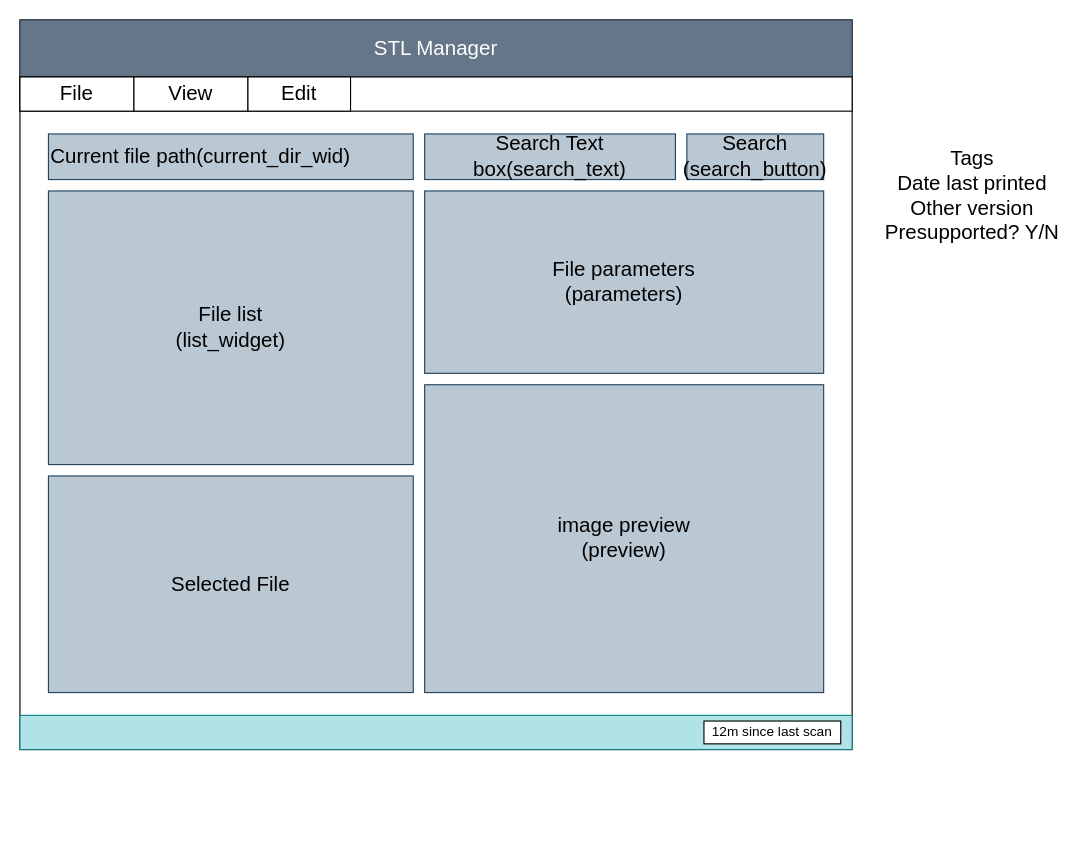
This is AppView.drawio from Gink3/STL_Manager, a draw.io file, before an edit. Source tidied: cells renumbered, new cells numbered last; positions are measured from the earlier drawing's top-left corner, leaving out a move shared by most shapes. Both pictures are drawn from the tidied source at 114%, with x=0, y=0 at pixel (19, 19).
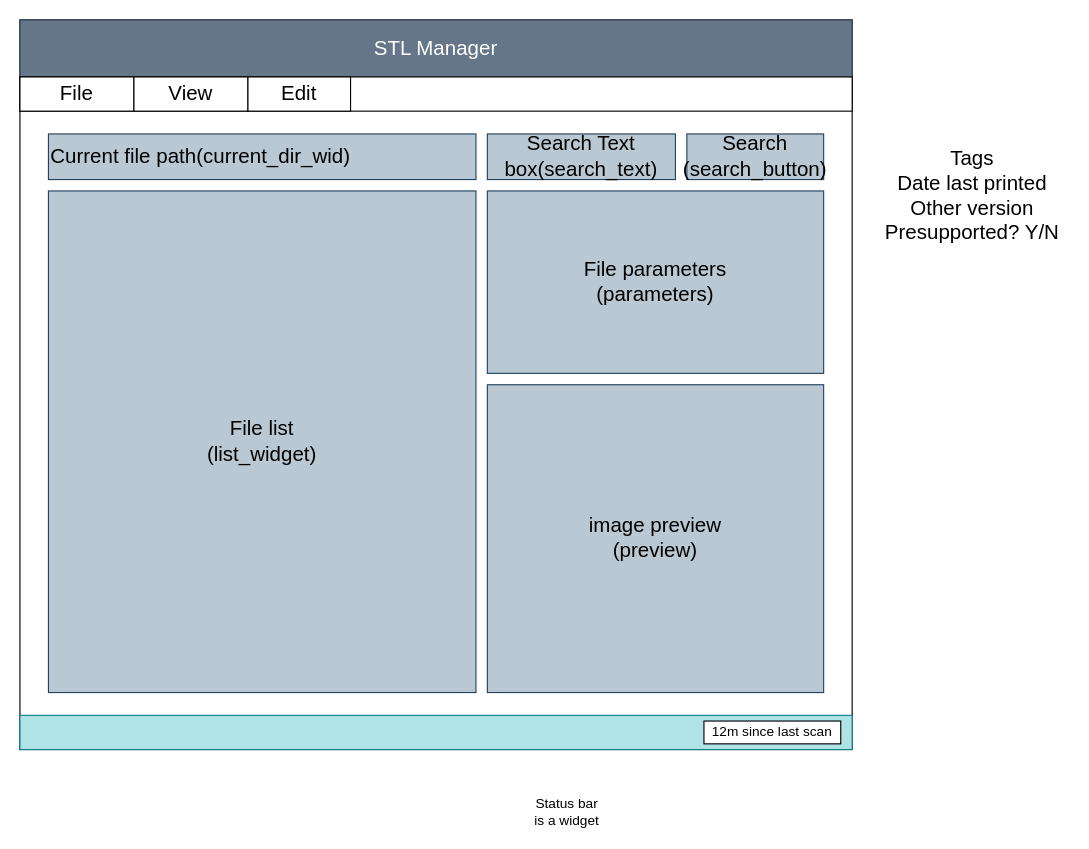
Above is the later version.

What changed in the source:
```diff
@@
 <mxGraphModel>
   <root>
     <mxCell id="0" />
     <mxCell id="1" parent="0" />
     <mxCell id="2" style="rounded=0;whiteSpace=wrap;html=1;" parent="1" vertex="1">
       <mxGeometry width="730" height="640" as="geometry" />
     </mxCell>
     <mxCell id="3" value="&lt;font style=&quot;font-size: 18px;&quot;&gt;STL Manager&lt;/font&gt;" style="rounded=0;whiteSpace=wrap;html=1;fillColor=#647687;fontColor=#ffffff;strokeColor=#314354;" parent="1" vertex="1">
       <mxGeometry width="730" height="50" as="geometry" />
     </mxCell>
     <mxCell id="4" value="File list&lt;br&gt;(list_widget)" style="rounded=0;whiteSpace=wrap;html=1;fontSize=18;fillColor=#bac8d3;strokeColor=#23445d;" parent="1" vertex="1">
-      <mxGeometry x="25" y="150" width="320" height="240" as="geometry" />
+      <mxGeometry x="25" y="150" width="375" height="440" as="geometry" />
     </mxCell>
     <mxCell id="5" value="Current file path(current_dir_wid)" style="rounded=0;whiteSpace=wrap;html=1;fontSize=18;align=left;fillColor=#bac8d3;strokeColor=#23445d;" parent="1" vertex="1">
-      <mxGeometry x="25" y="100" width="320" height="40" as="geometry" />
+      <mxGeometry x="25" y="100" width="375" height="40" as="geometry" />
     </mxCell>
     <mxCell id="6" value="File parameters&lt;br&gt;(parameters)" style="rounded=0;whiteSpace=wrap;html=1;fontSize=18;fillColor=#bac8d3;strokeColor=#23445d;" parent="1" vertex="1">
-      <mxGeometry x="355" y="150" width="350" height="160" as="geometry" />
+      <mxGeometry x="410" y="150" width="295" height="160" as="geometry" />
     </mxCell>
     <mxCell id="7" value="image preview&lt;br&gt;(preview)" style="rounded=0;whiteSpace=wrap;html=1;fontSize=18;fillColor=#bac8d3;strokeColor=#23445d;" parent="1" vertex="1">
-      <mxGeometry x="355" y="320" width="350" height="270" as="geometry" />
+      <mxGeometry x="410" y="320" width="295" height="270" as="geometry" />
     </mxCell>
     <mxCell id="8" value="Search Text box(search_text)" style="rounded=0;whiteSpace=wrap;html=1;fontSize=18;fillColor=#bac8d3;strokeColor=#23445d;" parent="1" vertex="1">
-      <mxGeometry x="355" y="100" width="220" height="40" as="geometry" />
+      <mxGeometry x="410" y="100" width="165" height="40" as="geometry" />
     </mxCell>
     <mxCell id="9" value="Tags&lt;br&gt;Date last printed&lt;br&gt;Other version&lt;br&gt;Presupported? Y/N" style="text;html=1;align=center;verticalAlign=middle;strokeColor=none;fillColor=none;fontSize=18;" parent="1" vertex="1">
       <mxGeometry x="750" y="110" width="170" height="90" as="geometry" />
     </mxCell>
     <mxCell id="10" value="Search&lt;br&gt;(search_button)" style="rounded=0;whiteSpace=wrap;html=1;fontSize=18;fillColor=#bac8d3;strokeColor=#23445d;" parent="1" vertex="1">
       <mxGeometry x="585" y="100" width="120" height="40" as="geometry" />
     </mxCell>
     <mxCell id="11" style="rounded=0;whiteSpace=wrap;html=1;fontSize=18;" parent="1" vertex="1">
       <mxGeometry y="50" width="730" height="30" as="geometry" />
     </mxCell>
     <mxCell id="12" value="File" style="rounded=0;whiteSpace=wrap;html=1;fontSize=18;" parent="1" vertex="1">
       <mxGeometry y="50" width="100" height="30" as="geometry" />
     </mxCell>
     <mxCell id="13" value="View" style="rounded=0;whiteSpace=wrap;html=1;fontSize=18;" parent="1" vertex="1">
       <mxGeometry x="100" y="50" width="100" height="30" as="geometry" />
     </mxCell>
     <mxCell id="14" value="Edit" style="rounded=0;whiteSpace=wrap;html=1;fontSize=18;" parent="1" vertex="1">
       <mxGeometry x="200" y="50" width="90" height="30" as="geometry" />
     </mxCell>
     <mxCell id="15" style="rounded=0;whiteSpace=wrap;html=1;fillColor=#b0e3e6;strokeColor=#0e8088;" parent="1" vertex="1">
       <mxGeometry y="610" width="730" height="30" as="geometry" />
     </mxCell>
     <mxCell id="16" value="12m since last scan" style="rounded=0;whiteSpace=wrap;html=1;" parent="1" vertex="1">
       <mxGeometry x="600" y="615" width="120" height="20" as="geometry" />
     </mxCell>
-    <mxCell id="17" value="Selected File" style="rounded=0;whiteSpace=wrap;html=1;fontSize=18;fillColor=#bac8d3;strokeColor=#23445d;" parent="1" vertex="1">
-      <mxGeometry x="25" y="400" width="320" height="190" as="geometry" />
-    </mxCell>
+    <mxCell id="18" value="Status bar is a widget" style="text;html=1;strokeColor=none;fillColor=none;align=center;verticalAlign=middle;whiteSpace=wrap;rounded=0;" parent="1" vertex="1">
+      <mxGeometry x="450" y="680" width="60" height="30" as="geometry" />
+    </mxCell>
   </root>
 </mxGraphModel>
```
